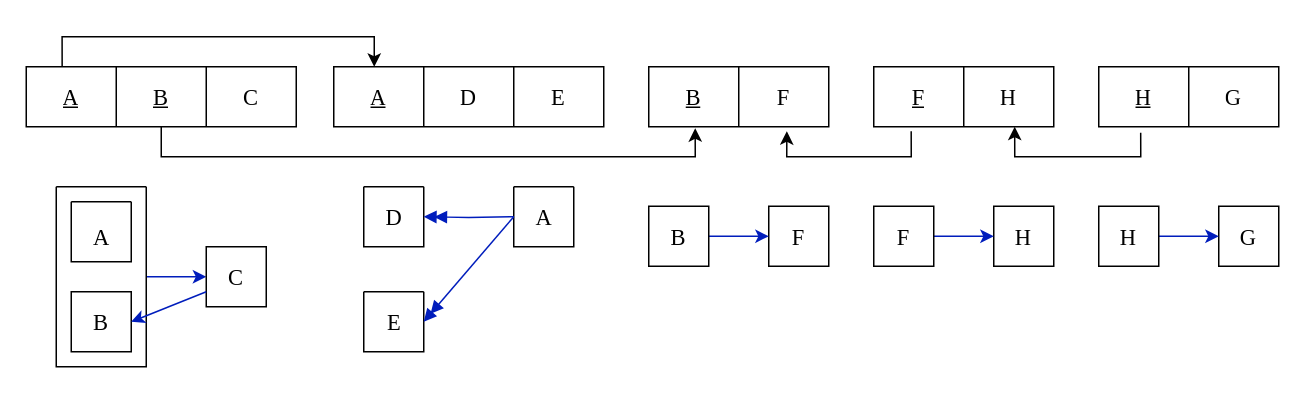
Earlier version of the draw.io diagram 3NF.drawio (skipnicky/Carleton-Computer-Science). Source tidied: cells renumbered, new cells numbered last; positions are measured from the earlier drawing's top-left corner, leaving out a move shared by most shapes. Both pictures are drawn from the tidied source at 150%, with x=0, y=0 at pixel (26, 66).
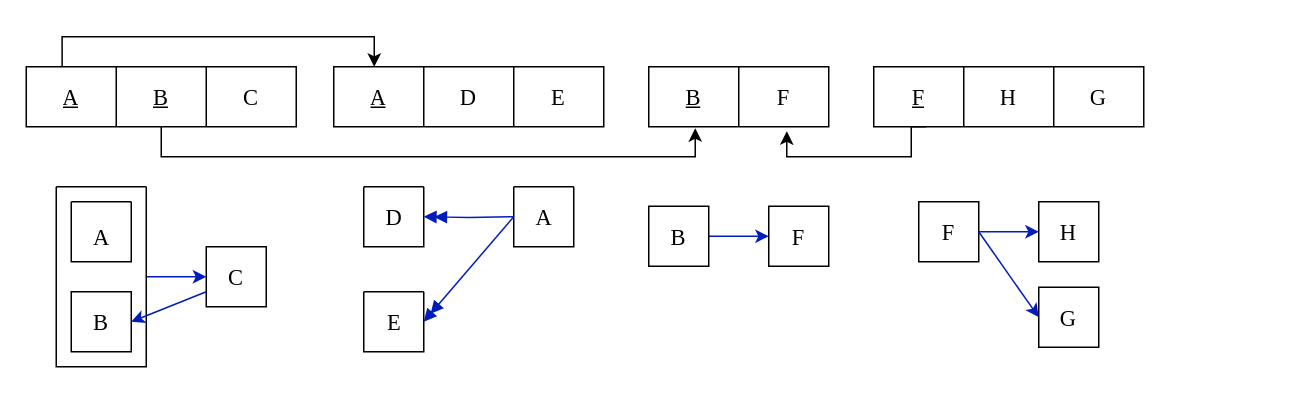
The same diagram, later.

The change refers to these unchanged cells:
```xml
<mxCell id="13" style="shape=tableRow;horizontal=0;startSize=0;swimlaneHead=0;swimlaneBody=0;strokeColor=inherit;top=0;left=0;bottom=0;right=0;fillColor=none;points=[[0,0.5],[1,0.5]];portConstraint=eastwest;fontFamily=Times New Roman;fontSize=15;" parent="12" vertex="1">
  <mxGeometry width="120" height="40" as="geometry" />
</mxCell>
```

What changed in the source:
```diff
@@
     <mxCell id="16" style="shape=table;startSize=0;childLayout=tableLayout;fontFamily=Times New Roman;fontSize=15;" parent="1" vertex="1">
-      <mxGeometry x="565" width="120" height="40" as="geometry" />
+      <mxGeometry x="565" width="180" height="40" as="geometry" />
     </mxCell>
     <mxCell id="17" style="shape=tableRow;horizontal=0;startSize=0;swimlaneHead=0;swimlaneBody=0;strokeColor=inherit;top=0;left=0;bottom=0;right=0;fillColor=none;points=[[0,0.5],[1,0.5]];portConstraint=eastwest;fontFamily=Times New Roman;fontSize=15;" parent="16" vertex="1">
-      <mxGeometry width="120" height="40" as="geometry" />
+      <mxGeometry width="180" height="40" as="geometry" />
     </mxCell>
@@
-    <mxCell id="20" style="shape=table;startSize=0;childLayout=tableLayout;fontFamily=Times New Roman;fontSize=15;" parent="1" vertex="1">
-      <mxGeometry x="715" width="120" height="40" as="geometry" />
-    </mxCell>
-    <mxCell id="21" style="shape=tableRow;horizontal=0;startSize=0;swimlaneHead=0;swimlaneBody=0;strokeColor=inherit;top=0;left=0;bottom=0;right=0;fillColor=none;points=[[0,0.5],[1,0.5]];portConstraint=eastwest;fontFamily=Times New Roman;fontSize=15;" parent="20" vertex="1">
-      <mxGeometry width="120" height="40" as="geometry" />
-    </mxCell>
-    <mxCell id="22" value="&lt;u&gt;H&lt;/u&gt;" style="shape=partialRectangle;html=1;whiteSpace=wrap;strokeColor=inherit;overflow=hidden;fillColor=none;top=0;left=0;bottom=0;right=0;fontFamily=Times New Roman;fontSize=15;" parent="21" vertex="1">
-      <mxGeometry width="60" height="40" as="geometry" />
-    </mxCell>
-    <mxCell id="23" value="G" style="shape=partialRectangle;html=1;whiteSpace=wrap;strokeColor=inherit;overflow=hidden;fillColor=none;top=0;left=0;bottom=0;right=0;fontFamily=Times New Roman;fontSize=15;" parent="21" vertex="1">
-      <mxGeometry x="60" width="60" height="40" as="geometry" />
+    <mxCell id="23" value="G" style="shape=partialRectangle;html=1;whiteSpace=wrap;strokeColor=inherit;overflow=hidden;fillColor=none;top=0;left=0;bottom=0;right=0;fontFamily=Times New Roman;fontSize=15;" parent="17" vertex="1">
+      <mxGeometry x="120" width="60" height="40" as="geometry" />
     </mxCell>
-    <mxCell id="24" style="edgeStyle=orthogonalEdgeStyle;rounded=0;jettySize=auto;html=1;entryX=0.767;entryY=1.075;entryDx=0;entryDy=0;entryPerimeter=0;exitX=0.208;exitY=1.075;exitDx=0;exitDy=0;exitPerimeter=0;" parent="1" edge="1" source="17" target="13">
+    <mxCell id="24" style="edgeStyle=orthogonalEdgeStyle;rounded=0;jettySize=auto;html=1;entryX=0.767;entryY=1.075;entryDx=0;entryDy=0;entryPerimeter=0;" parent="1" edge="1" target="13">
       <mxGeometry relative="1" as="geometry">
+        <mxPoint x="600" y="40" as="sourcePoint" />
         <Array as="points">
           <mxPoint x="590" y="60" />
           <mxPoint x="507" y="60" />
         </Array>
       </mxGeometry>
     </mxCell>
-    <mxCell id="25" style="edgeStyle=orthogonalEdgeStyle;rounded=0;jettySize=auto;html=1;entryX=0.783;entryY=1;entryDx=0;entryDy=0;entryPerimeter=0;exitX=0.233;exitY=1.1;exitDx=0;exitDy=0;exitPerimeter=0;" parent="1" edge="1" source="21" target="17">
-      <mxGeometry relative="1" as="geometry">
-        <Array as="points">
-          <mxPoint x="743" y="60" />
-          <mxPoint x="659" y="60" />
-        </Array>
-      </mxGeometry>
-    </mxCell>
@@
     <mxCell id="44" value="&lt;font style=&quot;font-size: 15px;&quot;&gt;H&lt;/font&gt;" style="whiteSpace=wrap;html=1;fontFamily=Times New Roman;" parent="1" vertex="1">
-      <mxGeometry x="645" y="93" width="40" height="40" as="geometry" />
+      <mxGeometry x="675" y="90" width="40" height="40" as="geometry" />
     </mxCell>
@@
     <mxCell id="46" value="&lt;font style=&quot;font-size: 15px;&quot;&gt;F&lt;/font&gt;" style="whiteSpace=wrap;html=1;fontFamily=Times New Roman;" parent="1" vertex="1">
-      <mxGeometry x="565" y="93" width="40" height="40" as="geometry" />
+      <mxGeometry x="595" y="90" width="40" height="40" as="geometry" />
     </mxCell>
     <mxCell id="47" value="&lt;font style=&quot;font-size: 15px;&quot;&gt;G&lt;/font&gt;" style="whiteSpace=wrap;html=1;fontFamily=Times New Roman;" parent="1" vertex="1">
-      <mxGeometry x="795" y="93" width="40" height="40" as="geometry" />
+      <mxGeometry x="675" y="147" width="40" height="40" as="geometry" />
     </mxCell>
-    <mxCell id="48" style="edgeStyle=orthogonalEdgeStyle;rounded=0;jettySize=auto;html=1;entryX=0;entryY=0.5;entryDx=0;entryDy=0;fillColor=#0050ef;strokeColor=#001DBC;" parent="1" edge="1" source="49" target="47">
-      <mxGeometry relative="1" as="geometry" />
-    </mxCell>
-    <mxCell id="49" value="&lt;font style=&quot;font-size: 15px;&quot;&gt;H&lt;/font&gt;" style="whiteSpace=wrap;html=1;fontFamily=Times New Roman;" parent="1" vertex="1">
-      <mxGeometry x="715" y="93" width="40" height="40" as="geometry" />
-    </mxCell>
@@
+    <mxCell id="52" style="endArrow=classic;html=1;rounded=0;exitX=1;exitY=0.5;exitDx=0;exitDy=0;entryX=0;entryY=0.5;entryDx=0;entryDy=0;fillColor=#0050ef;strokeColor=#001DBC;fontFamily=Times New Roman;" parent="1" edge="1" source="46" target="47">
+      <mxGeometry relative="1" as="geometry" />
+    </mxCell>
```
